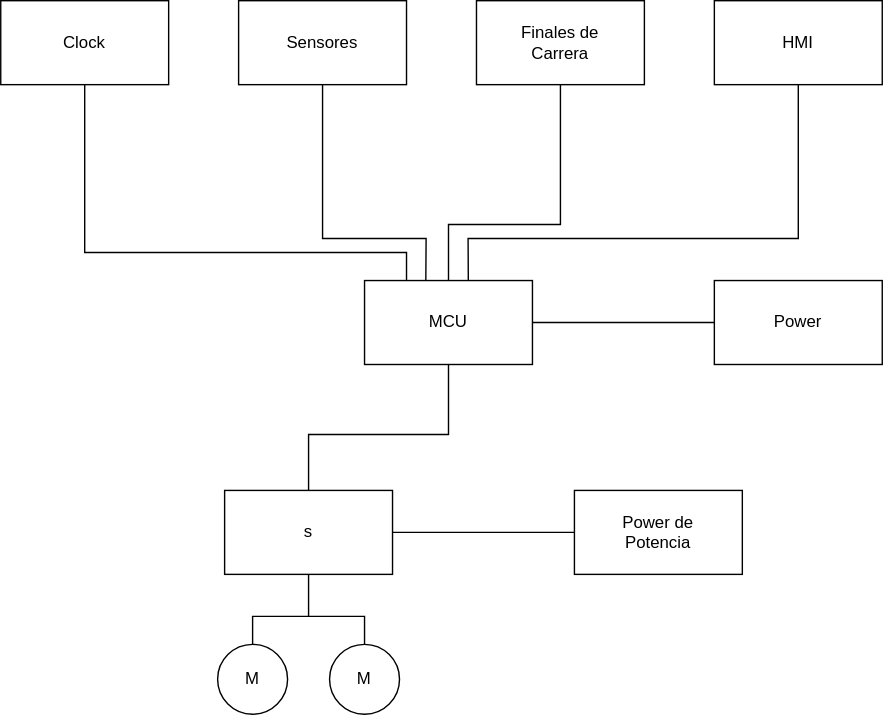
The draw.io diagram Hardware/Esquematico_P3.drawio.svg in TobiasDecoud/Solar-Tracking-System, before a commit. Source tidied: cells renumbered, new cells last; positions are measured from the earlier drawing's top-left corner, leaving out a move shared by most shapes.
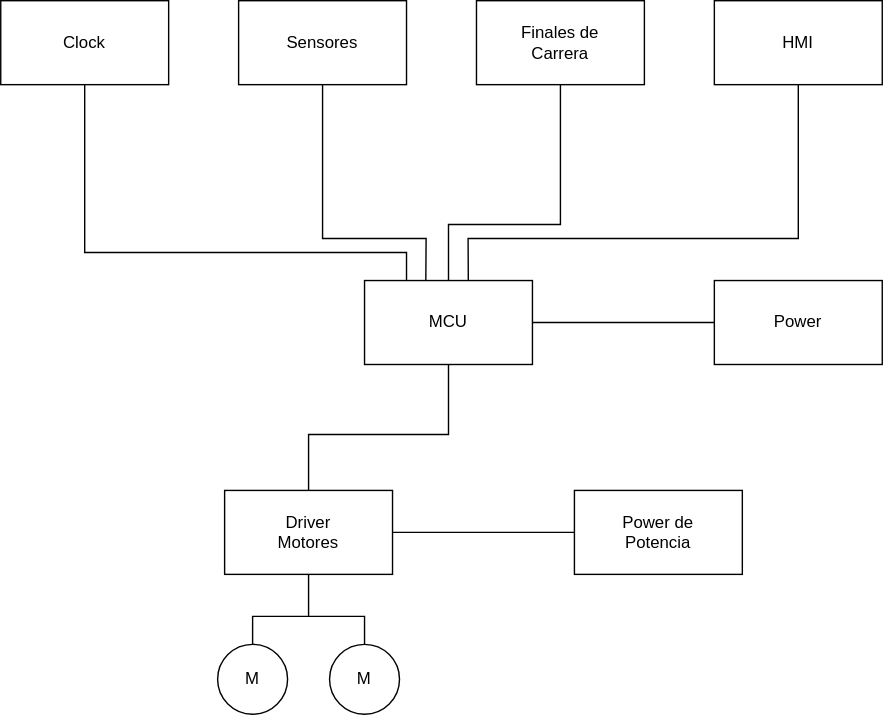
The same diagram one commit later.

What changed in the source:
```diff
@@ -35,7 +35,7 @@
     <mxCell id="12" style="rounded=0;whiteSpace=wrap;html=1;fillColor=none;" parent="1" vertex="1">
       <mxGeometry x="160" y="350" width="120" height="60" as="geometry" />
     </mxCell>
-    <mxCell id="13" value="s" style="text;html=1;whiteSpace=wrap;strokeColor=none;fillColor=none;align=center;verticalAlign=middle;rounded=0;" parent="1" vertex="1">
+    <mxCell id="13" value="Driver Motores" style="text;html=1;whiteSpace=wrap;strokeColor=none;fillColor=none;align=center;verticalAlign=middle;rounded=0;" parent="1" vertex="1">
       <mxGeometry x="190" y="365" width="60" height="30" as="geometry" />
     </mxCell>
     <mxCell id="14" style="ellipse;whiteSpace=wrap;html=1;fillColor=none;" parent="1" vertex="1">
```
